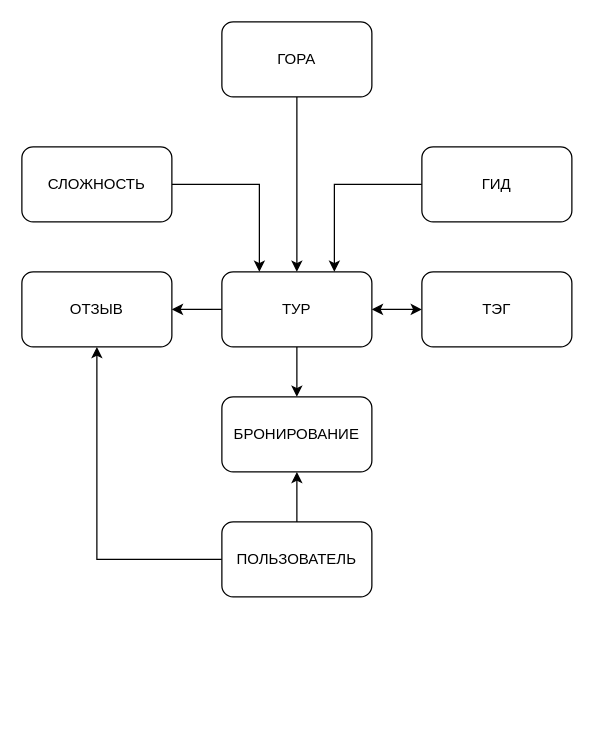
The draw.io diagram page "concept-model" (1 of 2) of Lab2/models.drawio in markov-avl/PythonBackend, before the edit. Source tidied: cells renumbered, new cells numbered last; positions are measured from the earlier drawing's top-left corner, leaving out a move shared by most shapes. Both pictures are drawn from the tidied source at 125%, with x=0, y=0 at pixel (21, 21).
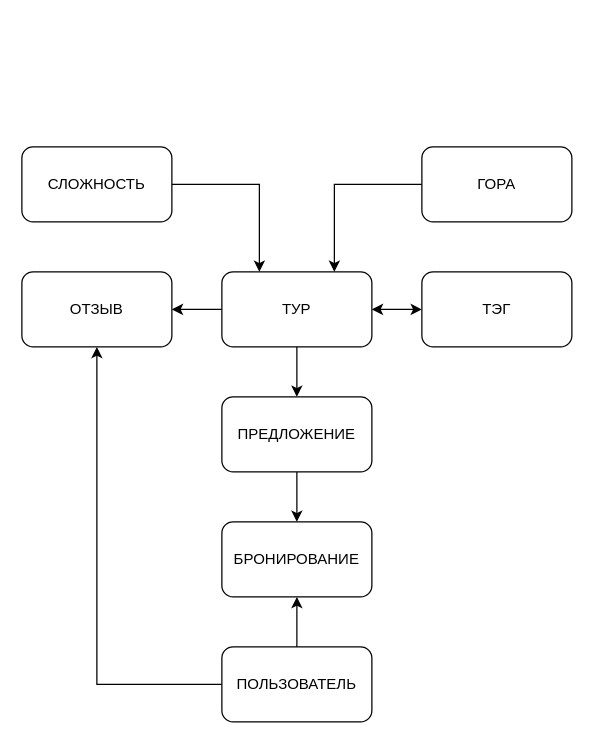
The same diagram, later.

The edit, as a diff of the source:
```diff
@@
-<mxGraphModel>
+<mxGraphModel background="#ffffff">
   <root>
     <mxCell id="0" />
     <mxCell id="1" parent="0" />
-    <mxCell id="2" style="edgeStyle=orthogonalEdgeStyle;rounded=0;jettySize=auto;html=1;exitX=0.5;exitY=1;exitDx=0;exitDy=0;entryX=0.5;entryY=0;entryDx=0;entryDy=0;startArrow=none;startFill=0;" parent="1" edge="1" source="3" target="14">
+    <mxCell id="2" style="edgeStyle=orthogonalEdgeStyle;rounded=0;jettySize=auto;html=1;exitX=0;exitY=0.5;exitDx=0;exitDy=0;entryX=0.75;entryY=0;entryDx=0;entryDy=0;startArrow=none;startFill=0;" parent="1" edge="1" source="3" target="14">
       <mxGeometry relative="1" as="geometry" />
     </mxCell>
     <mxCell id="3" value="ГОРА" style="rounded=1;whiteSpace=wrap;html=1;" parent="1" vertex="1">
-      <mxGeometry x="160" width="120" height="60" as="geometry" />
+      <mxGeometry x="320" y="100" width="120" height="60" as="geometry" />
     </mxCell>
     <mxCell id="4" style="edgeStyle=orthogonalEdgeStyle;rounded=0;jettySize=auto;html=1;exitX=0.5;exitY=0;exitDx=0;exitDy=0;entryX=0.5;entryY=1;entryDx=0;entryDy=0;startArrow=none;startFill=0;" parent="1" edge="1" source="6" target="17">
       <mxGeometry relative="1" as="geometry" />
     </mxCell>
     <mxCell id="5" style="edgeStyle=orthogonalEdgeStyle;rounded=0;jettySize=auto;html=1;exitX=0;exitY=0.5;exitDx=0;exitDy=0;entryX=0.5;entryY=1;entryDx=0;entryDy=0;startArrow=none;startFill=0;" parent="1" edge="1" source="6" target="15">
       <mxGeometry relative="1" as="geometry" />
     </mxCell>
     <mxCell id="6" value="ПОЛЬЗОВАТЕЛЬ" style="rounded=1;whiteSpace=wrap;html=1;" parent="1" vertex="1">
-      <mxGeometry x="160" y="400" width="120" height="60" as="geometry" />
+      <mxGeometry x="160" y="500" width="120" height="60" as="geometry" />
     </mxCell>
-    <mxCell id="7" style="edgeStyle=orthogonalEdgeStyle;rounded=0;jettySize=auto;html=1;exitX=0;exitY=0.5;exitDx=0;exitDy=0;entryX=0.75;entryY=0;entryDx=0;entryDy=0;" parent="1" edge="1" source="8" target="14">
-      <mxGeometry relative="1" as="geometry" />
-    </mxCell>
-    <mxCell id="8" value="ГИД" style="rounded=1;whiteSpace=wrap;html=1;" parent="1" vertex="1">
-      <mxGeometry x="320" y="100" width="120" height="60" as="geometry" />
-    </mxCell>
     <mxCell id="9" style="edgeStyle=orthogonalEdgeStyle;rounded=0;jettySize=auto;html=1;exitX=0;exitY=0.5;exitDx=0;exitDy=0;entryX=1;entryY=0.5;entryDx=0;entryDy=0;startArrow=classic;startFill=1;" parent="1" edge="1" source="10" target="14">
       <mxGeometry relative="1" as="geometry" />
     </mxCell>
     <mxCell id="10" value="ТЭГ" style="rounded=1;whiteSpace=wrap;html=1;" parent="1" vertex="1">
       <mxGeometry x="320" y="200" width="120" height="60" as="geometry" />
     </mxCell>
     <mxCell id="11" style="edgeStyle=orthogonalEdgeStyle;rounded=0;jettySize=auto;html=1;exitX=1;exitY=0.5;exitDx=0;exitDy=0;entryX=0.25;entryY=0;entryDx=0;entryDy=0;startArrow=none;startFill=0;" parent="1" edge="1" source="12" target="14">
       <mxGeometry relative="1" as="geometry" />
     </mxCell>
     <mxCell id="12" value="СЛОЖНОСТЬ" style="rounded=1;whiteSpace=wrap;html=1;" parent="1" vertex="1">
       <mxGeometry y="100" width="120" height="60" as="geometry" />
     </mxCell>
     <mxCell id="13" style="edgeStyle=orthogonalEdgeStyle;rounded=0;jettySize=auto;html=1;exitX=0;exitY=0.5;exitDx=0;exitDy=0;entryX=1;entryY=0.5;entryDx=0;entryDy=0;startArrow=none;startFill=0;" parent="1" edge="1" source="14" target="15">
       <mxGeometry relative="1" as="geometry" />
     </mxCell>
     <mxCell id="14" value="ТУР" style="rounded=1;whiteSpace=wrap;html=1;" parent="1" vertex="1">
       <mxGeometry x="160" y="200" width="120" height="60" as="geometry" />
     </mxCell>
     <mxCell id="15" value="ОТЗЫВ" style="rounded=1;whiteSpace=wrap;html=1;" parent="1" vertex="1">
       <mxGeometry y="200" width="120" height="60" as="geometry" />
     </mxCell>
-    <mxCell id="16" style="edgeStyle=orthogonalEdgeStyle;rounded=0;jettySize=auto;html=1;exitX=0.5;exitY=0;exitDx=0;exitDy=0;entryX=0.5;entryY=1;entryDx=0;entryDy=0;startArrow=classic;startFill=1;endArrow=none;endFill=0;" parent="1" edge="1" source="17" target="14">
+    <mxCell id="16" style="edgeStyle=orthogonalEdgeStyle;rounded=0;jettySize=auto;html=1;exitX=0.5;exitY=0;exitDx=0;exitDy=0;entryX=0.5;entryY=1;entryDx=0;entryDy=0;startArrow=classic;startFill=1;endArrow=none;endFill=0;" parent="1" edge="1" source="19" target="14">
       <mxGeometry relative="1" as="geometry" />
     </mxCell>
     <mxCell id="17" value="БРОНИРОВАНИЕ" style="rounded=1;whiteSpace=wrap;html=1;" parent="1" vertex="1">
-      <mxGeometry x="160" y="300" width="120" height="60" as="geometry" />
+      <mxGeometry x="160" y="400" width="120" height="60" as="geometry" />
     </mxCell>
+    <mxCell id="18" style="edgeStyle=orthogonalEdgeStyle;rounded=0;html=1;exitX=0.5;exitY=1;exitDx=0;exitDy=0;entryX=0.5;entryY=0;entryDx=0;entryDy=0;strokeColor=#000000;elbow=vertical;" parent="1" edge="1" source="19" target="17">
+      <mxGeometry relative="1" as="geometry" />
+    </mxCell>
+    <mxCell id="19" value="ПРЕДЛОЖЕНИЕ" style="rounded=1;whiteSpace=wrap;html=1;" parent="1" vertex="1">
+      <mxGeometry x="160" y="300" width="120" height="60" as="geometry" />
+    </mxCell>
   </root>
 </mxGraphModel>
```
